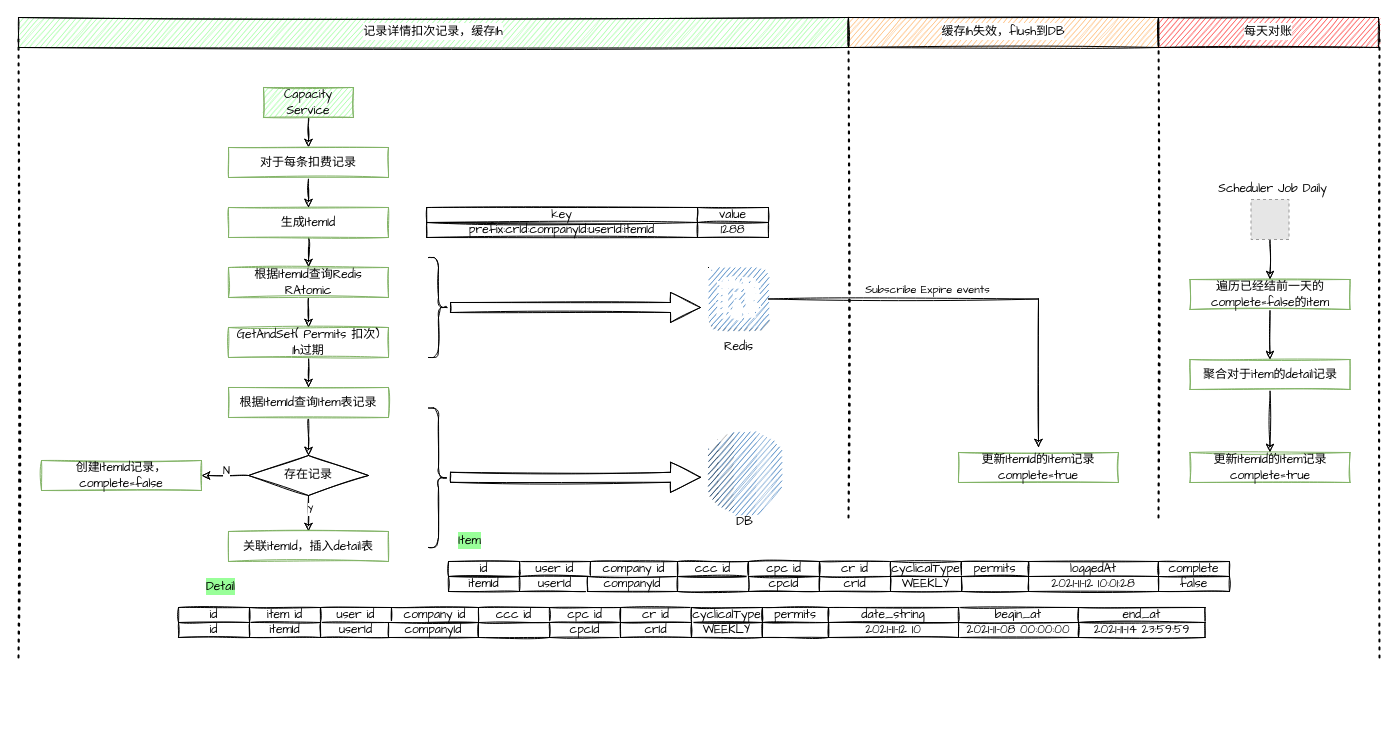
yindongjun/gangzhang.github.io keeps this draw.io diagram as page "Redis Cache to DB" (6 of 6) of Capacity Management.drawio. Above is the earlier version. Source tidied: cells renumbered, new cells numbered last; positions are measured from the earlier drawing's top-left corner, leaving out a move shared by most shapes. Both pictures are drawn from the tidied source at 100%, with x=0, y=0 at pixel (18, 17). Pictures stored in the file or linked from it are replaced by grey dashed boxes.
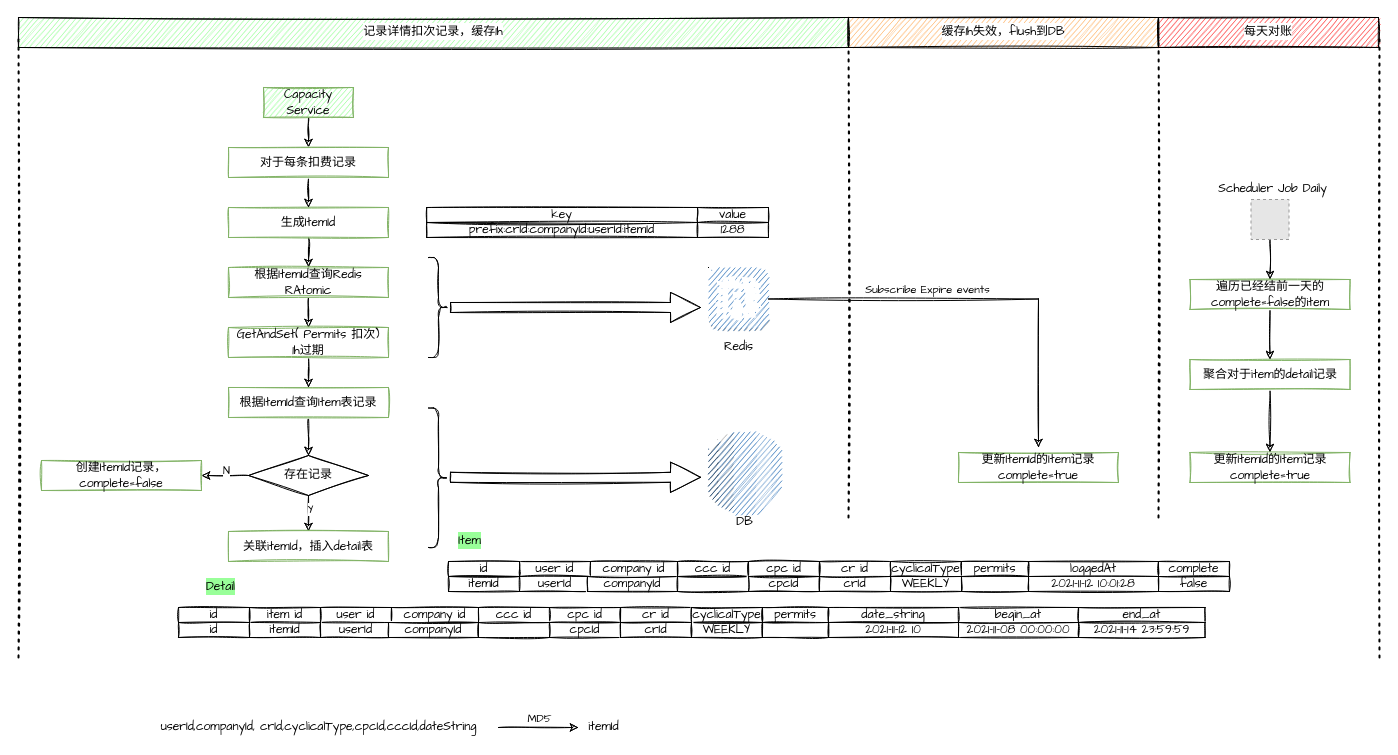
Above is the later version.

The edit, as a diff of the source:
```diff
@@
+    <mxCell id="97" style="edgeStyle=orthogonalEdgeStyle;rounded=0;sketch=1;jettySize=auto;html=1;fontFamily=Comic Sans MS;" parent="1" edge="1" source="99" target="100">
+      <mxGeometry relative="1" as="geometry" />
+    </mxCell>
+    <mxCell id="98" value="MD5" style="edgeLabel;html=1;align=center;verticalAlign=middle;fontFamily=Comic Sans MS;" parent="97" vertex="1">
+      <mxGeometry x="-0.1" relative="1" as="geometry">
+        <mxPoint x="4" y="-10" as="offset" />
+      </mxGeometry>
+    </mxCell>
+    <mxCell id="99" value="userId,companyId, crId,cyclicalType,cpcId,cccId,dateString" style="text;html=1;align=center;verticalAlign=middle;points=[];strokeColor=none;fillColor=none;fontFamily=Comic Sans MS;" parent="1" vertex="1">
+      <mxGeometry x="120" y="700" width="360" height="20" as="geometry" />
+    </mxCell>
+    <mxCell id="100" value="itemId" style="text;html=1;align=center;verticalAlign=middle;points=[];strokeColor=none;fillColor=none;fontFamily=Comic Sans MS;" parent="1" vertex="1">
+      <mxGeometry x="560" y="700" width="50" height="20" as="geometry" />
+    </mxCell>
```
